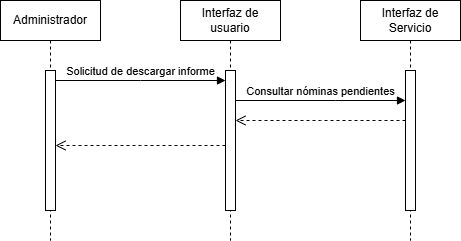
Before: assets/Diagrama de secuencia descargar informe.drawio.png, a diagram exported from draw.io (gis-ir/IR2425-G1-17). Source tidied: cells renumbered, new cells last; positions are measured from the earlier drawing's top-left corner, leaving out a move shared by most shapes.
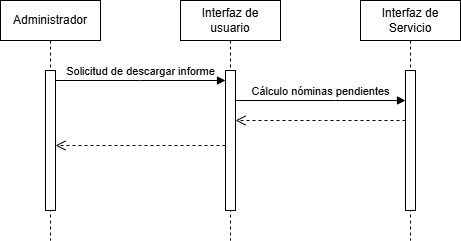
Later version of the same file.

Diff of the diagram source:
```diff
@@ -27,7 +27,7 @@
     <mxCell id="8" style="html=1;points=[];perimeter=orthogonalPerimeter;outlineConnect=0;targetShapes=umlLifeline;portConstraint=eastwest;newEdgeStyle={&quot;edgeStyle&quot;:&quot;elbowEdgeStyle&quot;,&quot;elbow&quot;:&quot;vertical&quot;,&quot;curved&quot;:0,&quot;rounded&quot;:0};" parent="7" vertex="1">
       <mxGeometry x="45" y="70" width="10" height="140" as="geometry" />
     </mxCell>
-    <mxCell id="9" value="Consultar nóminas pendientes" style="html=1;verticalAlign=bottom;endArrow=block;edgeStyle=elbowEdgeStyle;elbow=vertical;curved=0;rounded=0;" parent="1" edge="1" source="5" target="8">
+    <mxCell id="9" value="Cálculo nóminas pendientes" style="html=1;verticalAlign=bottom;endArrow=block;edgeStyle=elbowEdgeStyle;elbow=vertical;curved=0;rounded=0;" parent="1" edge="1" source="5" target="8">
       <mxGeometry relative="1" as="geometry">
         <Array as="points">
           <mxPoint x="335" y="100" />
```
